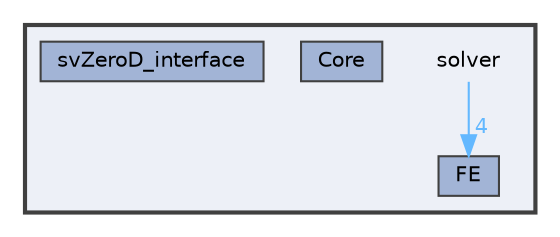
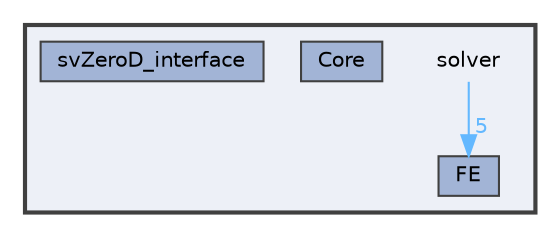
digraph "solver"
{
 // LATEX_PDF_SIZE
  bgcolor="transparent";
  edge [fontname=Helvetica,fontsize=10,labelfontname=Helvetica,labelfontsize=10];
  node [fontname=Helvetica,fontsize=10,shape=box,height=0.2,width=0.4];
  compound=true
  subgraph clusterdir_efbd6dac86ba3db355ec311a66674d80 {
    graph [ bgcolor="#edf0f7", pencolor="grey25", label="", fontname=Helvetica,fontsize=10 style="filled,bold", URL="dir_efbd6dac86ba3db355ec311a66674d80.html",tooltip=""]
    dir_efbd6dac86ba3db355ec311a66674d80 [shape=plaintext, label="solver"];
  dir_f9f47ebc898640bd1221b4284220c2cd [label="Core", fillcolor="#a2b4d6", color="grey25", style="filled", URL="dir_f9f47ebc898640bd1221b4284220c2cd.html",tooltip=""];
  dir_edb35bb30936176f05c4bb64c6d7790d [label="FE", fillcolor="#a2b4d6", color="grey25", style="filled", URL="dir_edb35bb30936176f05c4bb64c6d7790d.html",tooltip=""];
  dir_c12edd3389dbd555225deb48185c0c12 [label="svZeroD_interface", fillcolor="#a2b4d6", color="grey25", style="filled", URL="dir_c12edd3389dbd555225deb48185c0c12.html",tooltip=""];
  }
-   dir_efbd6dac86ba3db355ec311a66674d80->dir_edb35bb30936176f05c4bb64c6d7790d [headlabel="4", labeldistance=1.5 headhref="dir_000006_000003.html" href="dir_000006_000003.html" color="steelblue1" fontcolor="steelblue1"];
+   dir_efbd6dac86ba3db355ec311a66674d80->dir_edb35bb30936176f05c4bb64c6d7790d [headlabel="5", labeldistance=1.5 headhref="dir_000006_000003.html" href="dir_000006_000003.html" color="steelblue1" fontcolor="steelblue1"];
}
